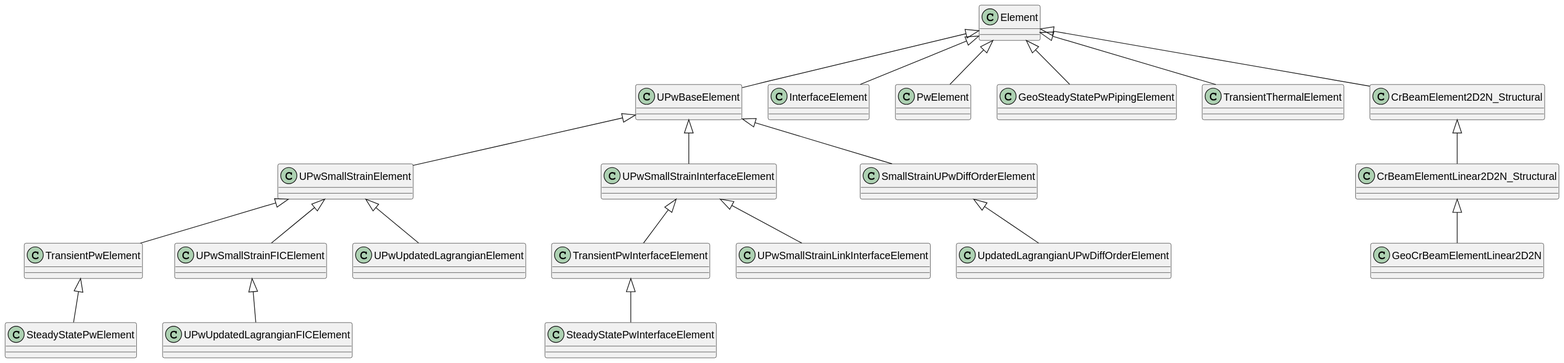
Earlier version of the PlantUML export applications/GeoMechanicsApplication/custom_elements/element_hierarchy.svg (KratosMultiphysics/Kratos).
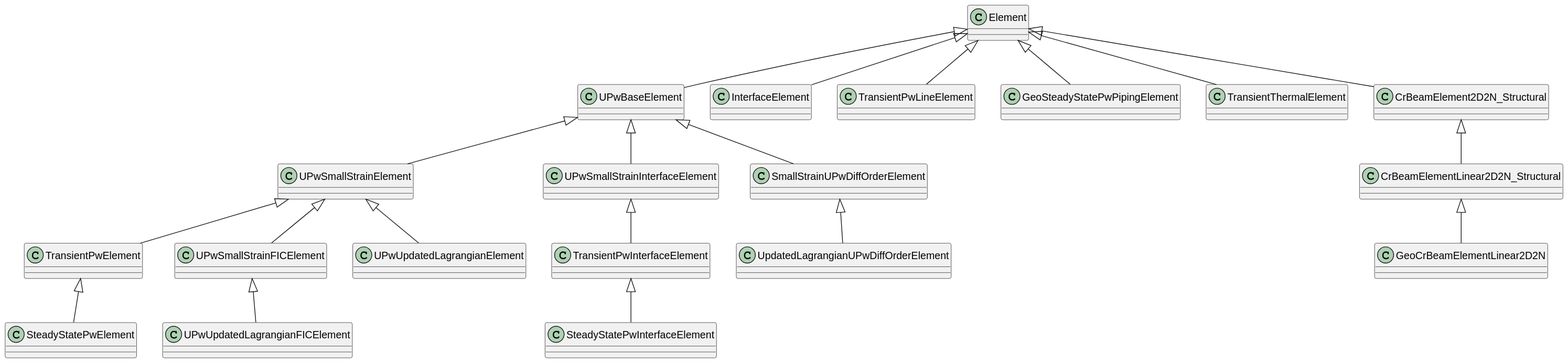
After the commit.

Change to the diagram source:
```diff
@@ -14,7 +14,6 @@
 class UPwSmallStrainInterfaceElement
 class TransientPwInterfaceElement
 class SteadyStatePwInterfaceElement
-class UPwSmallStrainLinkInterfaceElement
 
 Element <|-- UPwBaseElement
 UPwBaseElement <|-- UPwSmallStrainElement
@@ -34,15 +33,14 @@
 UPwBaseElement <|-- UPwSmallStrainInterfaceElement
 UPwSmallStrainInterfaceElement <|-- TransientPwInterfaceElement
 TransientPwInterfaceElement <|-- SteadyStatePwInterfaceElement
-UPwSmallStrainInterfaceElement <|-- UPwSmallStrainLinkInterfaceElement
 
 class InterfaceElement
 Element <|-- InterfaceElement
 
-class PwElement
+class TransientPwLineElement
 class GeoSteadyStatePwPipingElement
 
-Element <|-- PwElement
+Element <|-- TransientPwLineElement
 Element <|-- GeoSteadyStatePwPipingElement
 
 class TransientThermalElement
```
